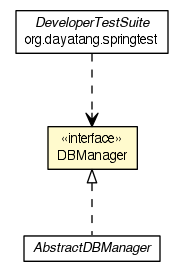
This is apidocs/org/dayatang/db/DBManager.png from dayatang/dddlib, a Graphviz export, as it was before one commit. Its source is kept beside it as apidocs/org/dayatang/db/DBManager.dot.
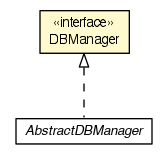
Later version of the same file.

The edit, as a diff of the source:
```diff
@@ -4,23 +4,16 @@
 	node [fontname="Helvetica",fontsize=10,shape=plaintext];
 	nodesep=0.25;
 	ranksep=0.5;
-	c34801 [label=<<table title="org.dayatang.db.DBManager" border="0" cellborder="1" cellspacing="0" cellpadding="2" port="p" bgcolor="lemonChiffon" href="./DBManager.html">
+	c34619 [label=<<table title="org.dayatang.db.DBManager" border="0" cellborder="1" cellspacing="0" cellpadding="2" port="p" bgcolor="lemonChiffon" href="./DBManager.html">
 		<tr><td><table border="0" cellspacing="0" cellpadding="1">
 <tr><td align="center" balign="center"> &#171;interface&#187; </td></tr>
 <tr><td align="center" balign="center"> DBManager </td></tr>
 		</table></td></tr>
 		</table>>, URL="./DBManager.html", fontname="Helvetica", fontcolor="black", fontsize=10.0];
-	c34804 [label=<<table title="org.dayatang.db.AbstractDBManager" border="0" cellborder="1" cellspacing="0" cellpadding="2" port="p" href="./AbstractDBManager.html">
+	c34622 [label=<<table title="org.dayatang.db.AbstractDBManager" border="0" cellborder="1" cellspacing="0" cellpadding="2" port="p" href="./AbstractDBManager.html">
 		<tr><td><table border="0" cellspacing="0" cellpadding="1">
 <tr><td align="center" balign="center"><font face="Helvetica-Oblique"> AbstractDBManager </font></td></tr>
 		</table></td></tr>
 		</table>>, URL="./AbstractDBManager.html", fontname="Helvetica", fontcolor="black", fontsize=10.0];
-	c34859 [label=<<table title="org.dayatang.springtest.DeveloperTestSuite" border="0" cellborder="1" cellspacing="0" cellpadding="2" port="p" href="../springtest/DeveloperTestSuite.html">
-		<tr><td><table border="0" cellspacing="0" cellpadding="1">
-<tr><td align="center" balign="center"><font face="Helvetica-Oblique"> DeveloperTestSuite </font></td></tr>
-<tr><td align="center" balign="center"> org.dayatang.springtest </td></tr>
-		</table></td></tr>
-		</table>>, URL="../springtest/DeveloperTestSuite.html", fontname="Helvetica", fontcolor="black", fontsize=10.0];
-	c34801:p -> c34804:p [dir=back,arrowtail=empty,style=dashed];
-	c34859:p -> c34801:p [taillabel="", label=" "headlabel="", fontname="Helvetica", fontcolor="black", fontsize=10.0, color="black", arrowhead=open, style=dashed];
+	c34619:p -> c34622:p [dir=back,arrowtail=empty,style=dashed];
 }
```
